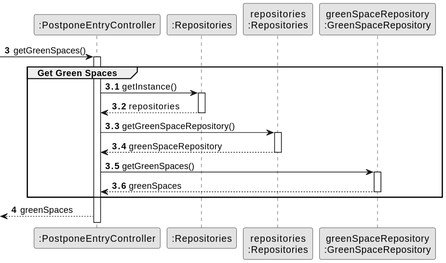
Departamento-de-Engenharia-Informatica/lei-24-s2-1dm-g132 keeps this PlantUML diagram as docs/sprintC/us025/03.design/svg/us025-sequence-diagram-partial-get-green-spaces.svg. Above is the earlier version.
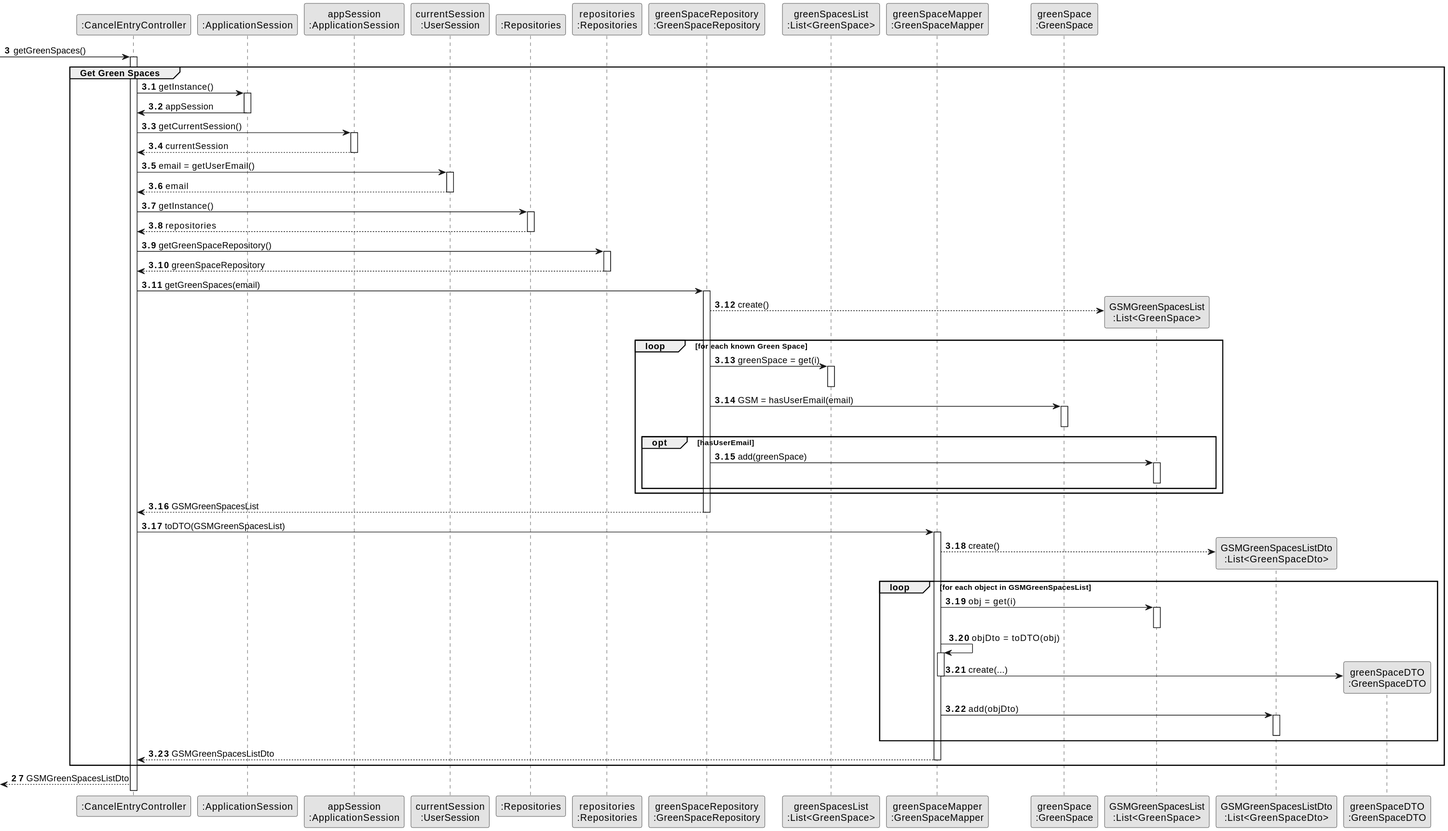
The same diagram one commit later.

What changed in the source:
```diff
@@ -3,10 +3,19 @@
 skinparam packageStyle rectangle
 skinparam shadowing false
 
-participant ":PostponeEntryController" as CTRL
+participant ":CancelEntryController" as CTRL
+participant ":ApplicationSession" as _APP
+participant "appSession\n:ApplicationSession" as APP
+participant "currentSession\n:UserSession" as SESSION
 participant ":Repositories" as RepositorySingleton
 participant "repositories\n:Repositories" as PLAT
 participant "greenSpaceRepository\n:GreenSpaceRepository" as GreenSpaceRepository
+participant "greenSpacesList\n:List<GreenSpace>" as greenSpacesList
+participant "greenSpaceMapper\n:GreenSpaceMapper" as GreenSpaceMapper
+participant "greenSpace\n:GreenSpace" as greenSpace
+participant "GSMGreenSpacesList\n:List<GreenSpace>" as GSMGreenSpacesList
+participant "GSMGreenSpacesListDto\n:List<GreenSpaceDto>" as GSMGreenSpacesListDto
+participant "greenSpaceDTO\n:GreenSpaceDTO" as greenSpaceDTO
 
 autonumber 3
 -> CTRL : getGreenSpaces()
@@ -15,25 +24,90 @@
 
 activate CTRL
     group Get Green Spaces
-           CTRL -> RepositorySingleton : getInstance()
-           activate RepositorySingleton
 
-           RepositorySingleton --> CTRL: repositories
-           deactivate RepositorySingleton
+CTRL -> _APP: getInstance()
+            activate _APP
+                _APP -> CTRL: appSession
+            deactivate _APP
 
-           CTRL -> PLAT : getGreenSpaceRepository()
-           activate PLAT
+            CTRL -> APP: getCurrentSession()
+            activate APP
 
-           PLAT --> CTRL: greenSpaceRepository
-           deactivate PLAT
+                APP --> CTRL: currentSession
+            deactivate APP
 
-           CTRL -> GreenSpaceRepository : getGreenSpaces()
-           activate GreenSpaceRepository
+            CTRL -> SESSION: email = getUserEmail()
+                activate SESSION
 
-           GreenSpaceRepository --> CTRL : greenSpaces
-           deactivate GreenSpaceRepository
+                SESSION --> CTRL: email
+            deactivate SESSION
+                    CTRL -> RepositorySingleton : getInstance()
+                    activate RepositorySingleton
+
+                        RepositorySingleton --> CTRL: repositories
+                    deactivate RepositorySingleton
+
+                    CTRL -> PLAT : getGreenSpaceRepository()
+                    activate PLAT
+
+                        PLAT --> CTRL: greenSpaceRepository
+                    deactivate PLAT
+
+                     CTRL -> GreenSpaceRepository : getGreenSpaces(email)
+                                        activate GreenSpaceRepository
+
+                                            GreenSpaceRepository --> GSMGreenSpacesList** : create()
+
+                                            loop for each known Green Space
+                                                GreenSpaceRepository -> greenSpacesList : greenSpace = get(i)
+                                                activate greenSpacesList
+                                                deactivate greenSpacesList
+
+                                                GreenSpaceRepository -> greenSpace : GSM = hasUserEmail(email)
+                                                activate greenSpace
+                                                deactivate greenSpace
+
+                                                opt hasUserEmail
+                                                    GreenSpaceRepository -> GSMGreenSpacesList : add(greenSpace)
+                                                    activate GSMGreenSpacesList
+                                                    deactivate GSMGreenSpacesList
+                                                end opt
+
+                                            end loop
+
+                                            GreenSpaceRepository --> CTRL : GSMGreenSpacesList
+                                        deactivate GreenSpaceRepository
+
+                                        CTRL -> GreenSpaceMapper : toDTO(GSMGreenSpacesList)
+                                        activate GreenSpaceMapper
+
+                                            GreenSpaceMapper --> GSMGreenSpacesListDto** : create()
+
+                                            loop for each object in GSMGreenSpacesList
+                                                GreenSpaceMapper -> GSMGreenSpacesList : obj = get(i)
+                                                activate GSMGreenSpacesList
+
+                                                    deactivate GSMGreenSpacesList
+
+                                                GreenSpaceMapper -> GreenSpaceMapper : objDto = toDTO(obj)
+                                                activate GreenSpaceMapper
+
+                                                    GreenSpaceMapper -> greenSpaceDTO** :create(...)
+                                                    deactivate GreenSpaceMapper
+
+                                                GreenSpaceMapper -> GSMGreenSpacesListDto : add(objDto)
+                                                activate GSMGreenSpacesListDto
+
+                                                    deactivate GSMGreenSpacesListDto
+
+                                                end loop
+
+                                            GreenSpaceMapper --> CTRL : GSMGreenSpacesListDto
+                                            deactivate GreenSpaceMapper
+
+
 
 end group
-autonumber 4
-<-- CTRL : greenSpaces
+autonumber 27
+<-- CTRL : GSMGreenSpacesListDto
 @enduml
```
